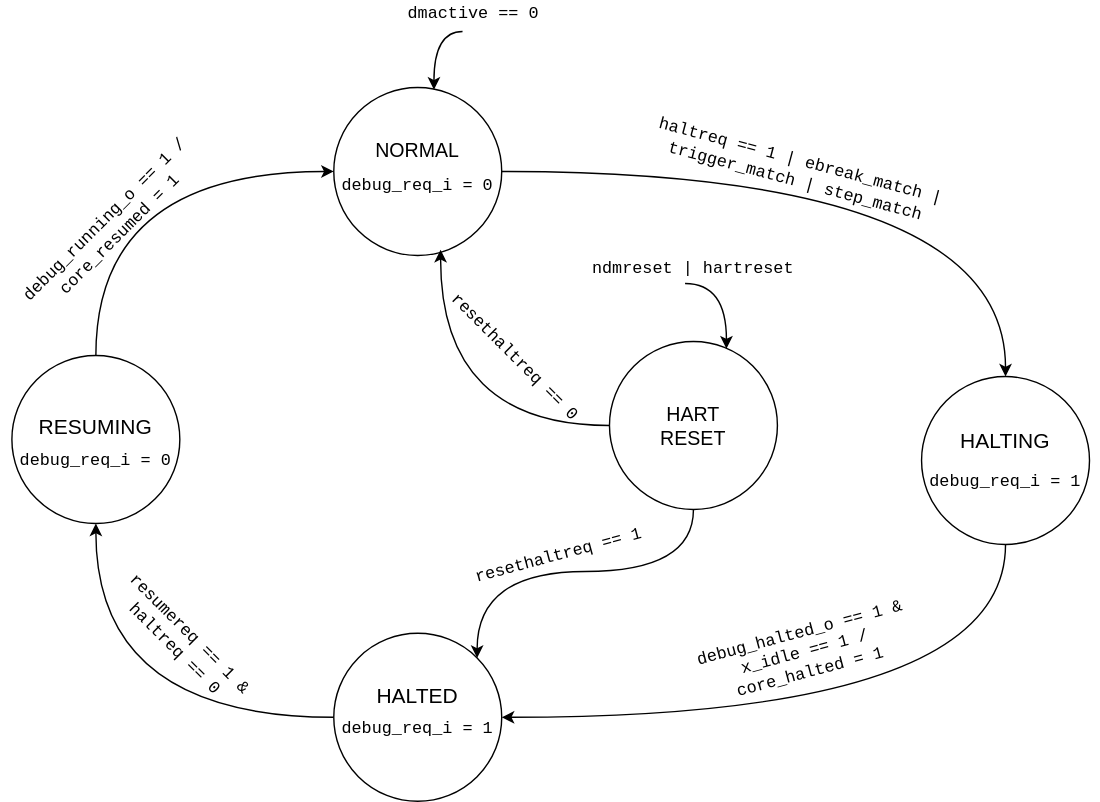
Before: design/run_control_fsm.svg, a diagram exported from draw.io (husnainjatoi/MEDS-S1-debug-module). Source tidied: cells renumbered, new cells last; positions are measured from the earlier drawing's top-left corner, leaving out a move shared by most shapes.
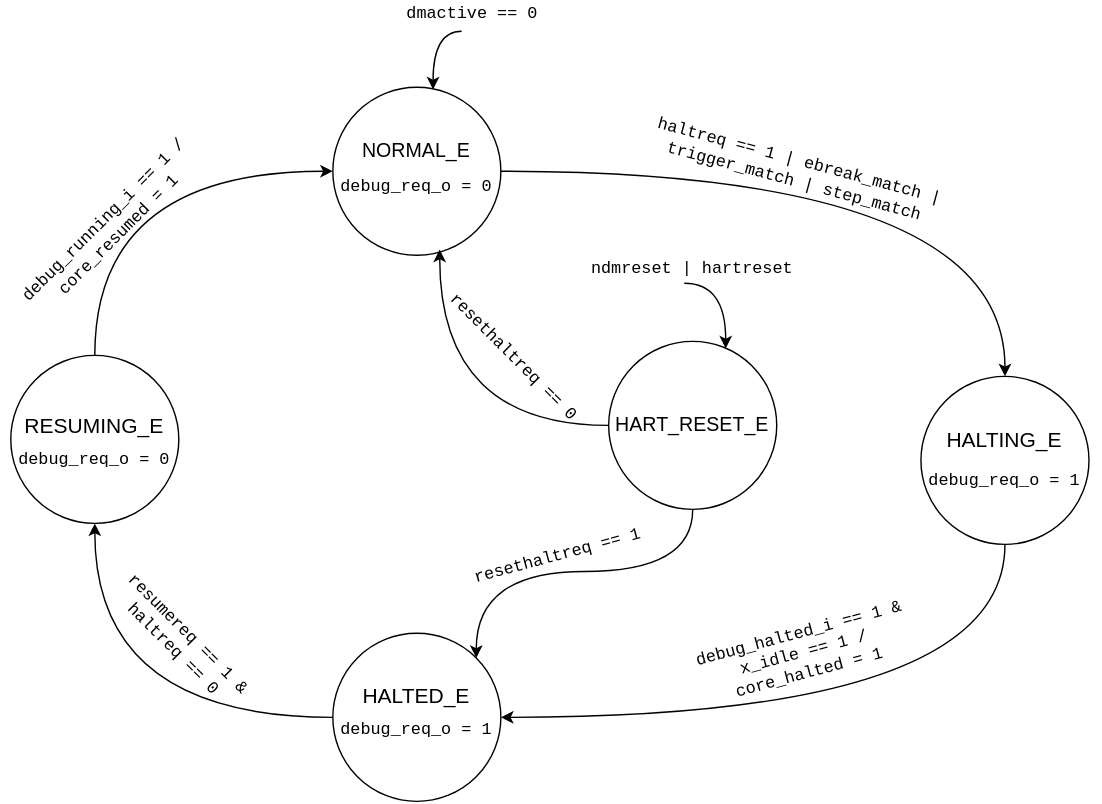
After the commit.

Commit message:
Fix state names to match coding standards of MEDS-S1

What changed in the source:
```diff
@@ -8,16 +8,16 @@
     <mxCell id="3" style="ellipse;whiteSpace=wrap;html=1;shapeInside=1;" parent="1" vertex="1">
       <mxGeometry x="668" y="268.5" width="120" height="120" as="geometry" />
     </mxCell>
-    <mxCell id="4" value="debug_req_i = 1" style="text;html=1;whiteSpace=wrap;strokeColor=none;fillColor=none;align=center;verticalAlign=middle;rounded=0;fontFamily=courier ;rotation=0;" parent="1" vertex="1">
+    <mxCell id="4" value="debug_req_o = 1" style="text;html=1;whiteSpace=wrap;strokeColor=none;fillColor=none;align=center;verticalAlign=middle;rounded=0;fontFamily=courier ;rotation=0;" parent="1" vertex="1">
       <mxGeometry x="660" y="328.5" width="136" height="30" as="geometry" />
     </mxCell>
-    <mxCell id="5" value="HALTING" style="text;html=1;whiteSpace=wrap;strokeColor=none;fillColor=none;align=center;verticalAlign=middle;rounded=0;fontSize=15;" parent="1" vertex="1">
+    <mxCell id="5" value="HALTING_E" style="text;html=1;whiteSpace=wrap;strokeColor=none;fillColor=none;align=center;verticalAlign=middle;rounded=0;fontSize=15;" parent="1" vertex="1">
       <mxGeometry x="698" y="298.5" width="60" height="30" as="geometry" />
     </mxCell>
     <mxCell id="6" value="haltreq == 1 | ebreak_match | trigger_match | step_match" style="text;html=1;whiteSpace=wrap;strokeColor=none;fillColor=none;align=center;verticalAlign=middle;rounded=0;fontFamily=courier ;rotation=15;" parent="1" vertex="1">
       <mxGeometry x="460" y="107" width="240" height="30" as="geometry" />
     </mxCell>
-    <mxCell id="7" value="&lt;div&gt;debug_halted_o == 1 &amp;amp;&lt;/div&gt;&lt;div&gt;x_idle == 1 /&lt;/div&gt;&lt;div&gt;core_halted = 1&lt;/div&gt;" style="text;html=1;whiteSpace=wrap;strokeColor=none;fillColor=none;align=center;verticalAlign=middle;rounded=0;fontFamily=courier ;rotation=-15;" parent="1" vertex="1">
+    <mxCell id="7" value="&lt;div&gt;debug_halted_i == 1 &amp;amp;&lt;/div&gt;&lt;div&gt;x_idle == 1 /&lt;/div&gt;&lt;div&gt;core_halted = 1&lt;/div&gt;" style="text;html=1;whiteSpace=wrap;strokeColor=none;fillColor=none;align=center;verticalAlign=middle;rounded=0;fontFamily=courier ;rotation=-15;" parent="1" vertex="1">
       <mxGeometry x="460" y="451" width="250" height="30" as="geometry" />
     </mxCell>
     <mxCell id="8" value="&lt;div&gt;resumereq == 1 &amp;amp;&lt;/div&gt;&lt;div&gt;haltreq == 0&lt;/div&gt;" style="text;html=1;whiteSpace=wrap;strokeColor=none;fillColor=none;align=center;verticalAlign=middle;rounded=0;fontFamily=courier ;rotation=45;" parent="1" vertex="1">
@@ -35,7 +35,7 @@
     <mxCell id="11" style="ellipse;whiteSpace=wrap;html=1;shapeInside=1;" parent="1" vertex="1">
       <mxGeometry x="248" y="62" width="120" height="120" as="geometry" />
     </mxCell>
-    <mxCell id="12" value="NORMAL" style="text;html=1;whiteSpace=wrap;strokeColor=none;fillColor=none;align=center;verticalAlign=middle;rounded=0;fontSize=14;" parent="1" vertex="1">
+    <mxCell id="12" value="NORMAL_E" style="text;html=1;whiteSpace=wrap;strokeColor=none;fillColor=none;align=center;verticalAlign=middle;rounded=0;fontSize=14;" parent="1" vertex="1">
       <mxGeometry x="275" y="97" width="66" height="20" as="geometry" />
     </mxCell>
     <mxCell id="13" style="edgeStyle=orthogonalEdgeStyle;rounded=0;jettySize=auto;html=1;exitX=0;exitY=0.5;exitDx=0;exitDy=0;entryX=0.5;entryY=1;entryDx=0;entryDy=0;curved=1;" parent="1" edge="1" source="14" target="18">
@@ -44,10 +44,10 @@
     <mxCell id="14" style="ellipse;whiteSpace=wrap;html=1;shapeInside=1;" parent="1" vertex="1">
       <mxGeometry x="248" y="452" width="120" height="120" as="geometry" />
     </mxCell>
-    <mxCell id="15" value="HALTED" style="text;html=1;whiteSpace=wrap;strokeColor=none;fillColor=none;align=center;verticalAlign=middle;rounded=0;fontSize=15;" parent="1" vertex="1">
+    <mxCell id="15" value="HALTED_E" style="text;html=1;whiteSpace=wrap;strokeColor=none;fillColor=none;align=center;verticalAlign=middle;rounded=0;fontSize=15;" parent="1" vertex="1">
       <mxGeometry x="278" y="481" width="60" height="30" as="geometry" />
     </mxCell>
-    <mxCell id="16" value="debug_req_i = 0" style="text;html=1;whiteSpace=wrap;strokeColor=none;fillColor=none;align=center;verticalAlign=middle;rounded=0;fontFamily=courier ;rotation=0;" parent="1" vertex="1">
+    <mxCell id="16" value="debug_req_o = 0" style="text;html=1;whiteSpace=wrap;strokeColor=none;fillColor=none;align=center;verticalAlign=middle;rounded=0;fontFamily=courier ;rotation=0;" parent="1" vertex="1">
       <mxGeometry x="240" y="118" width="136" height="30" as="geometry" />
     </mxCell>
     <mxCell id="17" style="edgeStyle=orthogonalEdgeStyle;rounded=0;jettySize=auto;html=1;exitX=0.5;exitY=0;exitDx=0;exitDy=0;entryX=0;entryY=0.5;entryDx=0;entryDy=0;curved=1;" parent="1" edge="1" source="18" target="11">
@@ -56,16 +56,16 @@
     <mxCell id="18" style="ellipse;whiteSpace=wrap;html=1;shapeInside=1;" parent="1" vertex="1">
       <mxGeometry x="18" y="253.5" width="120" height="120" as="geometry" />
     </mxCell>
-    <mxCell id="19" value="RESUMING" style="text;html=1;whiteSpace=wrap;strokeColor=none;fillColor=none;align=center;verticalAlign=middle;rounded=0;fontSize=15;" parent="1" vertex="1">
+    <mxCell id="19" value="RESUMING_E" style="text;html=1;whiteSpace=wrap;strokeColor=none;fillColor=none;align=center;verticalAlign=middle;rounded=0;fontSize=15;" parent="1" vertex="1">
       <mxGeometry x="48" y="288.5" width="60" height="30" as="geometry" />
     </mxCell>
-    <mxCell id="20" value="debug_req_i = 0" style="text;html=1;whiteSpace=wrap;strokeColor=none;fillColor=none;align=center;verticalAlign=middle;rounded=0;fontFamily=courier ;rotation=0;" parent="1" vertex="1">
+    <mxCell id="20" value="debug_req_o = 0" style="text;html=1;whiteSpace=wrap;strokeColor=none;fillColor=none;align=center;verticalAlign=middle;rounded=0;fontFamily=courier ;rotation=0;" parent="1" vertex="1">
       <mxGeometry x="10" y="313.5" width="136" height="30" as="geometry" />
     </mxCell>
-    <mxCell id="21" value="debug_running_o == 1 / core_resumed = 1" style="text;html=1;whiteSpace=wrap;strokeColor=none;fillColor=none;align=center;verticalAlign=middle;rounded=0;fontFamily=courier ;rotation=-45;" parent="1" vertex="1">
+    <mxCell id="21" value="debug_running_i == 1 / core_resumed = 1" style="text;html=1;whiteSpace=wrap;strokeColor=none;fillColor=none;align=center;verticalAlign=middle;rounded=0;fontFamily=courier ;rotation=-45;" parent="1" vertex="1">
       <mxGeometry y="147" width="180" height="30" as="geometry" />
     </mxCell>
-    <mxCell id="22" value="debug_req_i = 1" style="text;html=1;whiteSpace=wrap;strokeColor=none;fillColor=none;align=center;verticalAlign=middle;rounded=0;fontFamily=courier ;rotation=0;" parent="1" vertex="1">
+    <mxCell id="22" value="debug_req_o = 1" style="text;html=1;whiteSpace=wrap;strokeColor=none;fillColor=none;align=center;verticalAlign=middle;rounded=0;fontFamily=courier ;rotation=0;" parent="1" vertex="1">
       <mxGeometry x="240" y="506" width="136" height="30" as="geometry" />
     </mxCell>
     <mxCell id="23" style="edgeStyle=orthogonalEdgeStyle;rounded=0;jettySize=auto;html=1;exitX=0.5;exitY=1;exitDx=0;exitDy=0;entryX=1;entryY=0;entryDx=0;entryDy=0;curved=1;" parent="1" edge="1" source="24" target="14">
@@ -74,7 +74,7 @@
     <mxCell id="24" style="ellipse;whiteSpace=wrap;html=1;shapeInside=1;" parent="1" vertex="1">
       <mxGeometry x="445" y="243.5" width="120" height="120" as="geometry" />
     </mxCell>
-    <mxCell id="25" value="HART RESET" style="text;html=1;whiteSpace=wrap;strokeColor=none;fillColor=none;align=center;verticalAlign=middle;rounded=0;fontSize=14;" parent="1" vertex="1">
+    <mxCell id="25" value="HART_RESET_E" style="text;html=1;whiteSpace=wrap;strokeColor=none;fillColor=none;align=center;verticalAlign=middle;rounded=0;fontSize=14;" parent="1" vertex="1">
       <mxGeometry x="472" y="293.5" width="66" height="20" as="geometry" />
     </mxCell>
     <mxCell id="26" value="ndmreset | hartreset" style="text;html=1;whiteSpace=wrap;strokeColor=none;fillColor=none;align=center;verticalAlign=middle;rounded=0;fontFamily=courier ;rotation=0;" parent="1" vertex="1">
```
